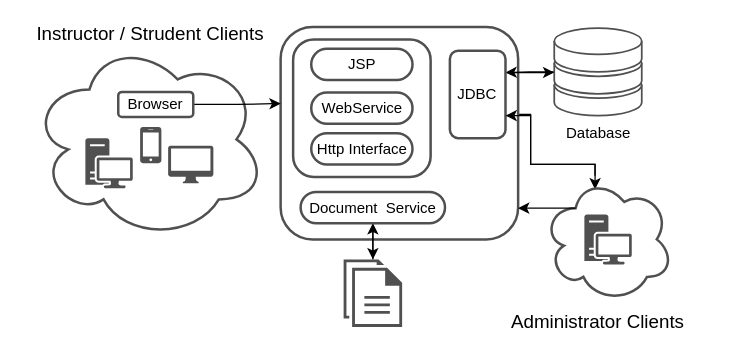
Earlier version of the draw.io diagram tmp.drawio (kid1214/draw). Source tidied: cells renumbered, new cells numbered last; positions are measured from the earlier drawing's top-left corner, leaving out a move shared by most shapes. Both pictures are drawn from the tidied source at 125%, with x=0, y=0 at pixel (20, 26).
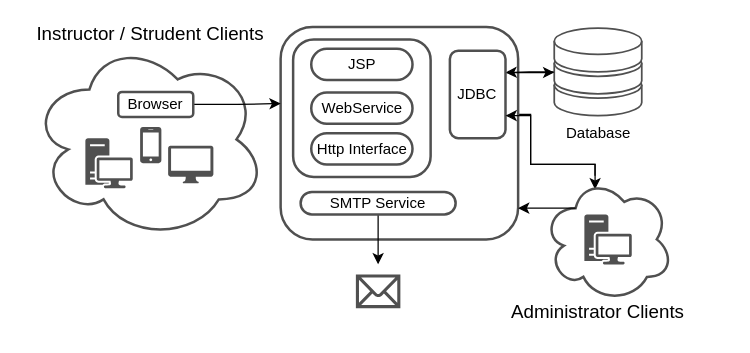
After the change.

Change to the diagram source:
```diff
@@
-    <mxCell id="7" style="edgeStyle=orthogonalEdgeStyle;rounded=0;jettySize=auto;html=1;" parent="1" edge="1" source="8" target="15">
-      <mxGeometry relative="1" as="geometry" />
-    </mxCell>
-    <mxCell id="8" style="shadow=0;dashed=0;html=1;strokeColor=none;fillColor=#505050;labelPosition=center;verticalLabelPosition=bottom;verticalAlign=top;outlineConnect=0;align=center;shape=mxgraph.office.concepts.documents;" parent="1" vertex="1">
-      <mxGeometry x="258.4" y="186" width="46.8" height="54" as="geometry" />
-    </mxCell>
@@
-    <mxCell id="14" style="edgeStyle=orthogonalEdgeStyle;rounded=0;jettySize=auto;html=1;" parent="1" edge="1" source="15" target="8">
-      <mxGeometry relative="1" as="geometry" />
-    </mxCell>
+    <mxCell id="29" style="edgeStyle=orthogonalEdgeStyle;rounded=0;jettySize=auto;html=1;exitX=0.5;exitY=1;exitDx=0;exitDy=0;" parent="1" edge="1" source="15">
+      <mxGeometry relative="1" as="geometry">
+        <mxPoint x="286" y="190" as="targetPoint" />
+      </mxGeometry>
+    </mxCell>
-    <mxCell id="15" value="Document&amp;nbsp; Service" style="rounded=1;whiteSpace=wrap;html=1;strokeWidth=2;fillColor=#FFFFFF;strokeColor=#505050;arcSize=50;" parent="1" vertex="1">
-      <mxGeometry x="224" y="132" width="115.5" height="25" as="geometry" />
+    <mxCell id="15" value="SMTP Service" style="rounded=1;whiteSpace=wrap;html=1;strokeWidth=2;fillColor=#FFFFFF;strokeColor=#505050;arcSize=50;" parent="1" vertex="1">
+      <mxGeometry x="224" y="132" width="124" height="18" as="geometry" />
     </mxCell>
@@
     <mxCell id="27" value="Administrator Clients" style="text;html=1;strokeColor=none;fillColor=none;align=center;verticalAlign=middle;whiteSpace=wrap;rounded=0;fontSize=15;" parent="1" vertex="1">
-      <mxGeometry x="358" y="230" width="207.7" height="10" as="geometry" />
+      <mxGeometry x="358" y="222" width="207.7" height="10" as="geometry" />
     </mxCell>
@@
+    <mxCell id="30" style="shape=mxgraph.signs.tech.mail;html=1;strokeColor=none;verticalLabelPosition=bottom;verticalAlign=top;align=center;fillColor=#505050;" parent="1" vertex="1">
+      <mxGeometry x="268.2" y="198" width="35.6" height="27" as="geometry" />
+    </mxCell>
```
